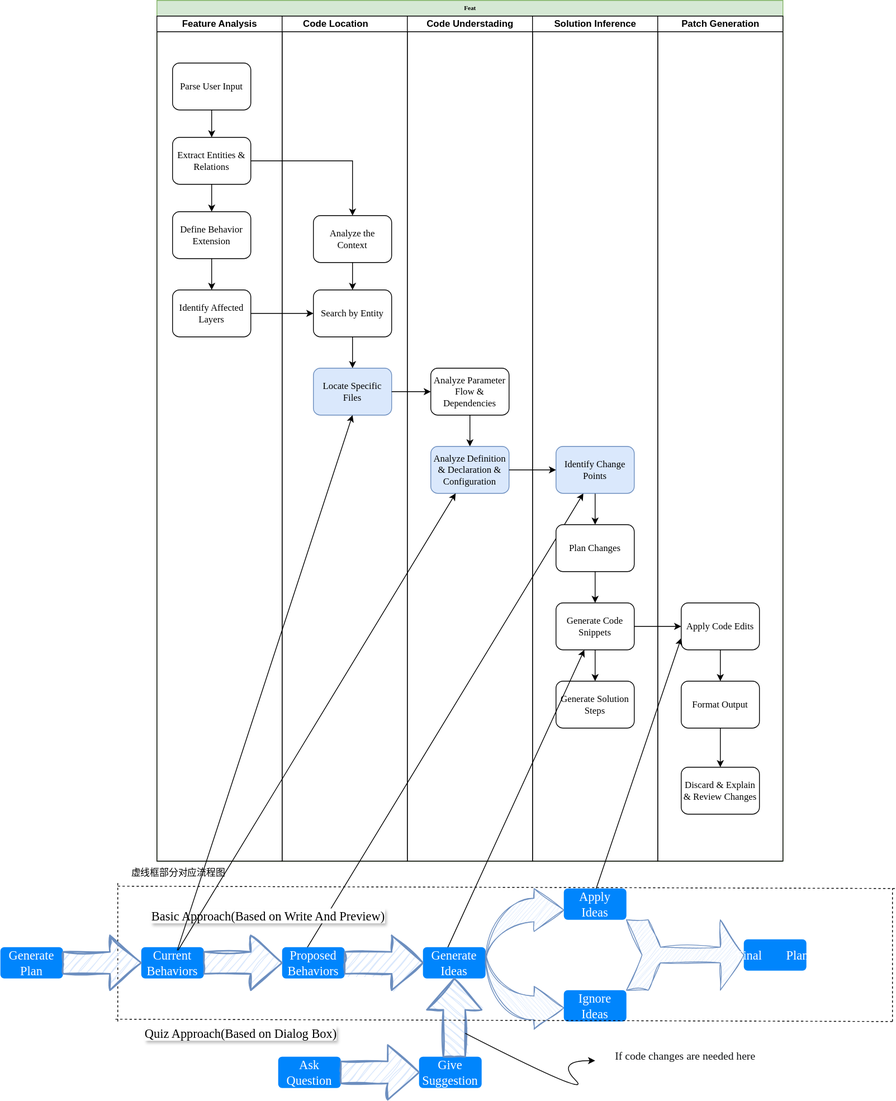
This is feat.svg from BullFrogDianDian/SoftEngineer, a draw.io export, as it was before one commit. Source tidied: cells renumbered, new cells last; positions are measured from the earlier drawing's top-left corner, leaving out a move shared by most shapes.
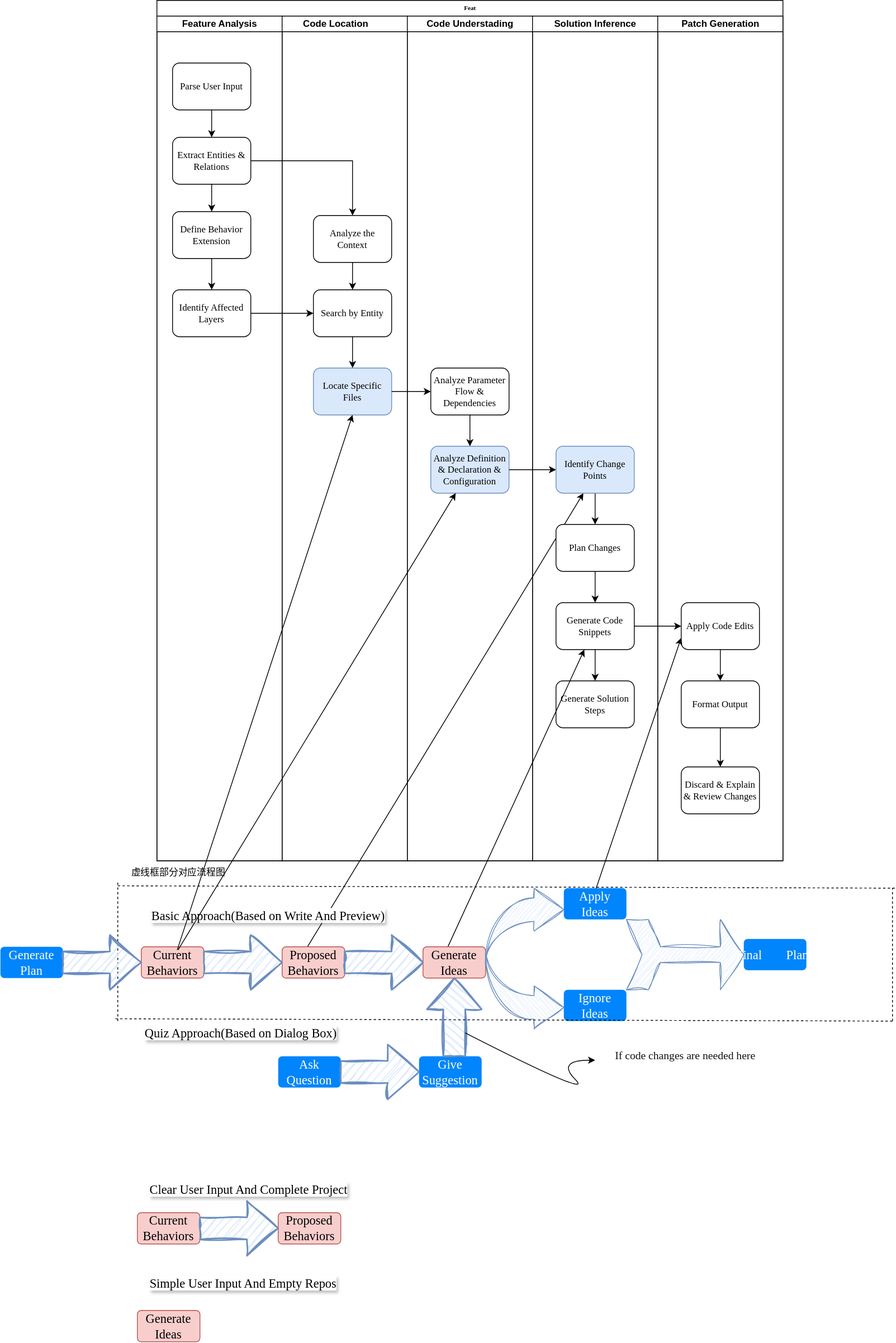
After the commit.

The edit, as a diff of the source:
```diff
@@ -2,7 +2,7 @@
   <root>
     <mxCell id="0" />
     <mxCell id="1" parent="0" />
-    <mxCell id="2" value="Feat" style="swimlane;html=1;startSize=20;rounded=0;shadow=0;labelBackgroundColor=none;strokeWidth=1;fontFamily=Verdana;fontSize=8;align=center;fillColor=#d5e8d4;strokeColor=#82b366;" parent="1" vertex="1">
+    <mxCell id="2" value="Feat" style="swimlane;html=1;startSize=20;rounded=0;shadow=0;labelBackgroundColor=none;strokeWidth=1;fontFamily=Verdana;fontSize=8;align=center;" parent="1" vertex="1">
       <mxGeometry x="200" width="800" height="1100" as="geometry" />
     </mxCell>
     <mxCell id="3" value="Feature Analysis" style="swimlane;html=1;startSize=20;" parent="2" vertex="1">
@@ -137,16 +137,16 @@
     <mxCell id="42" style="edgeStyle=orthogonalEdgeStyle;rounded=0;jettySize=auto;html=1;" parent="2" edge="1" source="28" target="33">
       <mxGeometry relative="1" as="geometry" />
     </mxCell>
-    <mxCell id="43" value="&lt;font face=&quot;Comic Sans MS&quot;&gt;Proposed Behaviors&lt;/font&gt;" style="html=1;shadow=0;dashed=0;shape=mxgraph.bootstrap.rrect;rSize=5;strokeColor=none;strokeWidth=1;fillColor=#0085FC;fontColor=#FFFFFF;whiteSpace=wrap;align=center;verticalAlign=middle;spacingLeft=0;fontStyle=0;fontSize=16;spacing=5;" parent="1" vertex="1">
+    <mxCell id="43" value="&lt;font face=&quot;Comic Sans MS&quot;&gt;Proposed Behaviors&lt;/font&gt;" style="html=1;shadow=0;dashed=0;shape=mxgraph.bootstrap.rrect;rSize=5;strokeColor=#b85450;strokeWidth=1;fillColor=#f8cecc;whiteSpace=wrap;align=center;verticalAlign=middle;spacingLeft=0;fontStyle=0;fontSize=16;spacing=5;" parent="1" vertex="1">
       <mxGeometry x="360" y="1210" width="80" height="40" as="geometry" />
     </mxCell>
-    <mxCell id="44" value="&lt;font face=&quot;Comic Sans MS&quot;&gt;Current Behaviors&lt;/font&gt;" style="html=1;shadow=0;dashed=0;shape=mxgraph.bootstrap.rrect;rSize=5;strokeColor=none;strokeWidth=1;fillColor=#0085FC;fontColor=#FFFFFF;whiteSpace=wrap;align=center;verticalAlign=middle;spacingLeft=0;fontStyle=0;fontSize=16;spacing=5;" parent="1" vertex="1">
+    <mxCell id="44" value="&lt;font face=&quot;Comic Sans MS&quot;&gt;Current Behaviors&lt;/font&gt;" style="html=1;shadow=0;dashed=0;shape=mxgraph.bootstrap.rrect;rSize=5;strokeColor=#b85450;strokeWidth=1;fillColor=#f8cecc;whiteSpace=wrap;align=center;verticalAlign=middle;spacingLeft=0;fontStyle=0;fontSize=16;spacing=5;" parent="1" vertex="1">
       <mxGeometry x="180" y="1210" width="80" height="40" as="geometry" />
     </mxCell>
     <mxCell id="45" value="&lt;font face=&quot;Comic Sans MS&quot;&gt;Apply Ideas&lt;/font&gt;" style="html=1;shadow=0;dashed=0;shape=mxgraph.bootstrap.rrect;rSize=5;strokeColor=none;strokeWidth=1;fillColor=#0085FC;fontColor=#FFFFFF;whiteSpace=wrap;align=center;verticalAlign=middle;spacingLeft=0;fontStyle=0;fontSize=16;spacing=5;" parent="1" vertex="1">
       <mxGeometry x="720" y="1135" width="80" height="40" as="geometry" />
     </mxCell>
-    <mxCell id="46" value="&lt;font face=&quot;Comic Sans MS&quot;&gt;Generate Ideas&lt;/font&gt;" style="html=1;shadow=0;dashed=0;shape=mxgraph.bootstrap.rrect;rSize=5;strokeColor=none;strokeWidth=1;fillColor=#0085FC;fontColor=#FFFFFF;whiteSpace=wrap;align=center;verticalAlign=middle;spacingLeft=0;fontStyle=0;fontSize=16;spacing=5;" parent="1" vertex="1">
+    <mxCell id="46" value="&lt;font face=&quot;Comic Sans MS&quot;&gt;Generate Ideas&lt;/font&gt;" style="html=1;shadow=0;dashed=0;shape=mxgraph.bootstrap.rrect;rSize=5;strokeColor=#b85450;strokeWidth=1;fillColor=#f8cecc;whiteSpace=wrap;align=center;verticalAlign=middle;spacingLeft=0;fontStyle=0;fontSize=16;spacing=5;" parent="1" vertex="1">
       <mxGeometry x="540" y="1210" width="80" height="40" as="geometry" />
     </mxCell>
     <mxCell id="47" style="html=1;shadow=0;dashed=0;align=center;verticalAlign=middle;shape=mxgraph.arrows2.jumpInArrow;dy=15;dx=38;arrowHead=55;fillColor=#dae8fc;strokeColor=#6c8ebf;sketch=1;curveFitting=1;jiggle=2;" parent="1" vertex="1">
@@ -238,5 +238,23 @@
     <mxCell id="70" style="verticalLabelPosition=bottom;verticalAlign=top;html=1;strokeWidth=2;shape=mxgraph.arrows2.arrow;dy=0.6;dx=40;notch=0;fillColor=#dae8fc;strokeColor=#6c8ebf;sketch=1;curveFitting=1;jiggle=2;" parent="1" vertex="1">
       <mxGeometry x="80" y="1195" width="100" height="70" as="geometry" />
     </mxCell>
+    <mxCell id="71" value="&lt;font face=&quot;Comic Sans MS&quot;&gt;Proposed Behaviors&lt;/font&gt;" style="html=1;shadow=0;dashed=0;shape=mxgraph.bootstrap.rrect;rSize=5;strokeColor=#b85450;strokeWidth=1;fillColor=#f8cecc;whiteSpace=wrap;align=center;verticalAlign=middle;spacingLeft=0;fontStyle=0;fontSize=16;spacing=5;" parent="1" vertex="1">
+      <mxGeometry x="355" y="1550" width="80" height="40" as="geometry" />
+    </mxCell>
+    <mxCell id="72" value="&lt;font face=&quot;Comic Sans MS&quot;&gt;Current Behaviors&lt;/font&gt;" style="html=1;shadow=0;dashed=0;shape=mxgraph.bootstrap.rrect;rSize=5;strokeColor=#b85450;strokeWidth=1;fillColor=#f8cecc;whiteSpace=wrap;align=center;verticalAlign=middle;spacingLeft=0;fontStyle=0;fontSize=16;spacing=5;" parent="1" vertex="1">
+      <mxGeometry x="175" y="1550" width="80" height="40" as="geometry" />
+    </mxCell>
+    <mxCell id="73" style="verticalLabelPosition=bottom;verticalAlign=top;html=1;strokeWidth=2;shape=mxgraph.arrows2.arrow;dy=0.6;dx=40;notch=0;fillColor=#dae8fc;strokeColor=#6c8ebf;sketch=1;curveFitting=1;jiggle=2;" parent="1" vertex="1">
+      <mxGeometry x="255" y="1535" width="100" height="70" as="geometry" />
+    </mxCell>
+    <mxCell id="74" value="&lt;font style=&quot;font-size: 16px;&quot;&gt;Clear User Input And Complete Project&lt;/font&gt;" style="text;html=1;align=center;verticalAlign=middle;whiteSpace=wrap;rounded=0;fontFamily=Comic Sans MS;labelBackgroundColor=default;textShadow=1;labelBorderColor=none;" parent="1" vertex="1">
+      <mxGeometry x="140" y="1505" width="355" height="30" as="geometry" />
+    </mxCell>
+    <mxCell id="75" value="&lt;font style=&quot;font-size: 16px;&quot;&gt;Simple User Input And Empty Repos&lt;/font&gt;" style="text;html=1;align=center;verticalAlign=middle;whiteSpace=wrap;rounded=0;fontFamily=Comic Sans MS;labelBackgroundColor=default;textShadow=1;labelBorderColor=none;" parent="1" vertex="1">
+      <mxGeometry x="132.5" y="1625" width="355" height="30" as="geometry" />
+    </mxCell>
+    <mxCell id="76" value="&lt;font face=&quot;Comic Sans MS&quot;&gt;Generate Ideas&lt;/font&gt;" style="html=1;shadow=0;dashed=0;shape=mxgraph.bootstrap.rrect;rSize=5;strokeColor=#b85450;strokeWidth=1;fillColor=#f8cecc;whiteSpace=wrap;align=center;verticalAlign=middle;spacingLeft=0;fontStyle=0;fontSize=16;spacing=5;" parent="1" vertex="1">
+      <mxGeometry x="175" y="1675" width="80" height="40" as="geometry" />
+    </mxCell>
   </root>
 </mxGraphModel>
```
